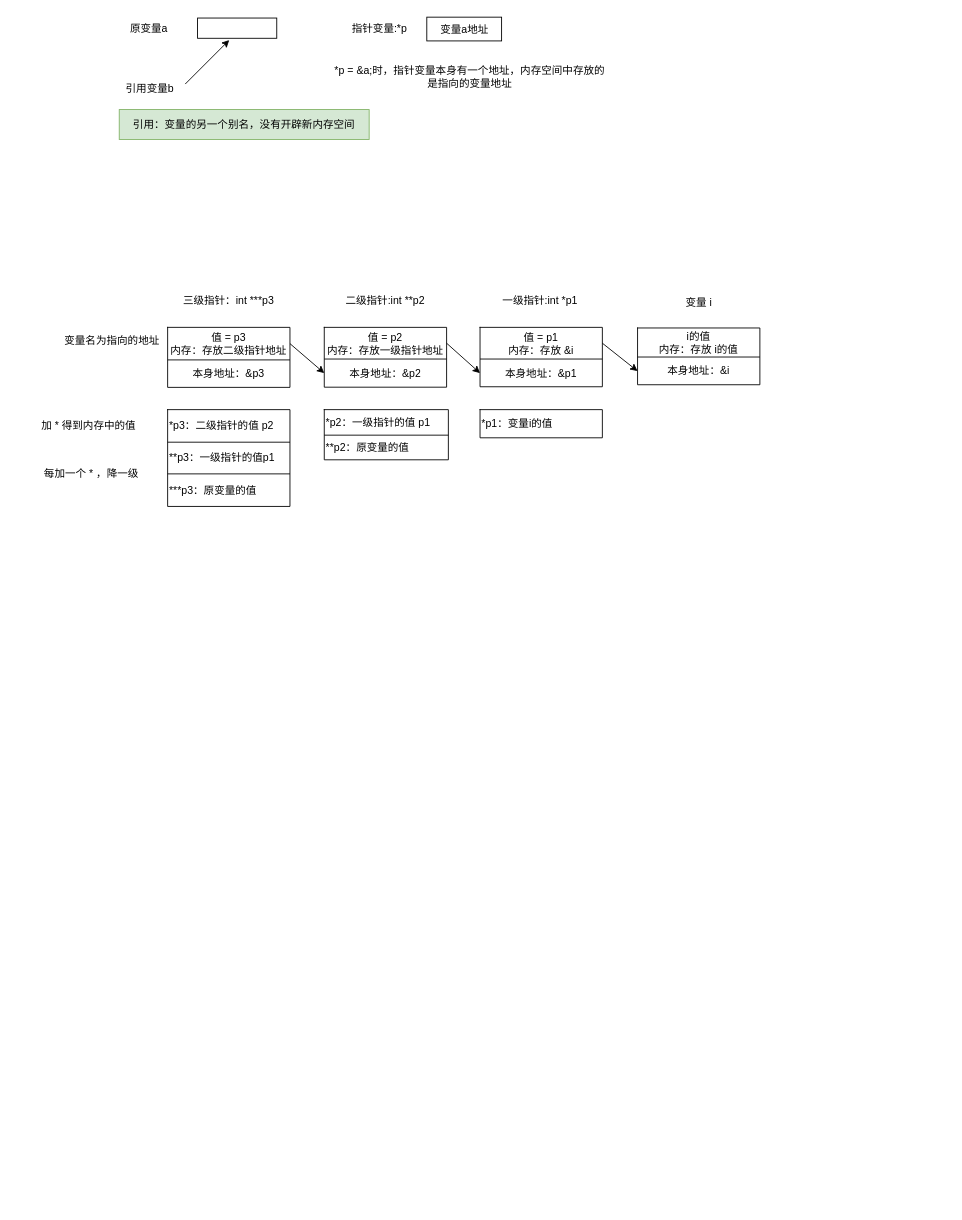
This is 未命名绘图.drawio from weibu01/a_drawio, a draw.io file, before an edit. Source tidied: cells renumbered, new cells numbered last; positions are measured from the earlier drawing's top-left corner, leaving out a move shared by most shapes. Both pictures are drawn from the tidied source at 88%, with x=0, y=0 at pixel (25, 14).
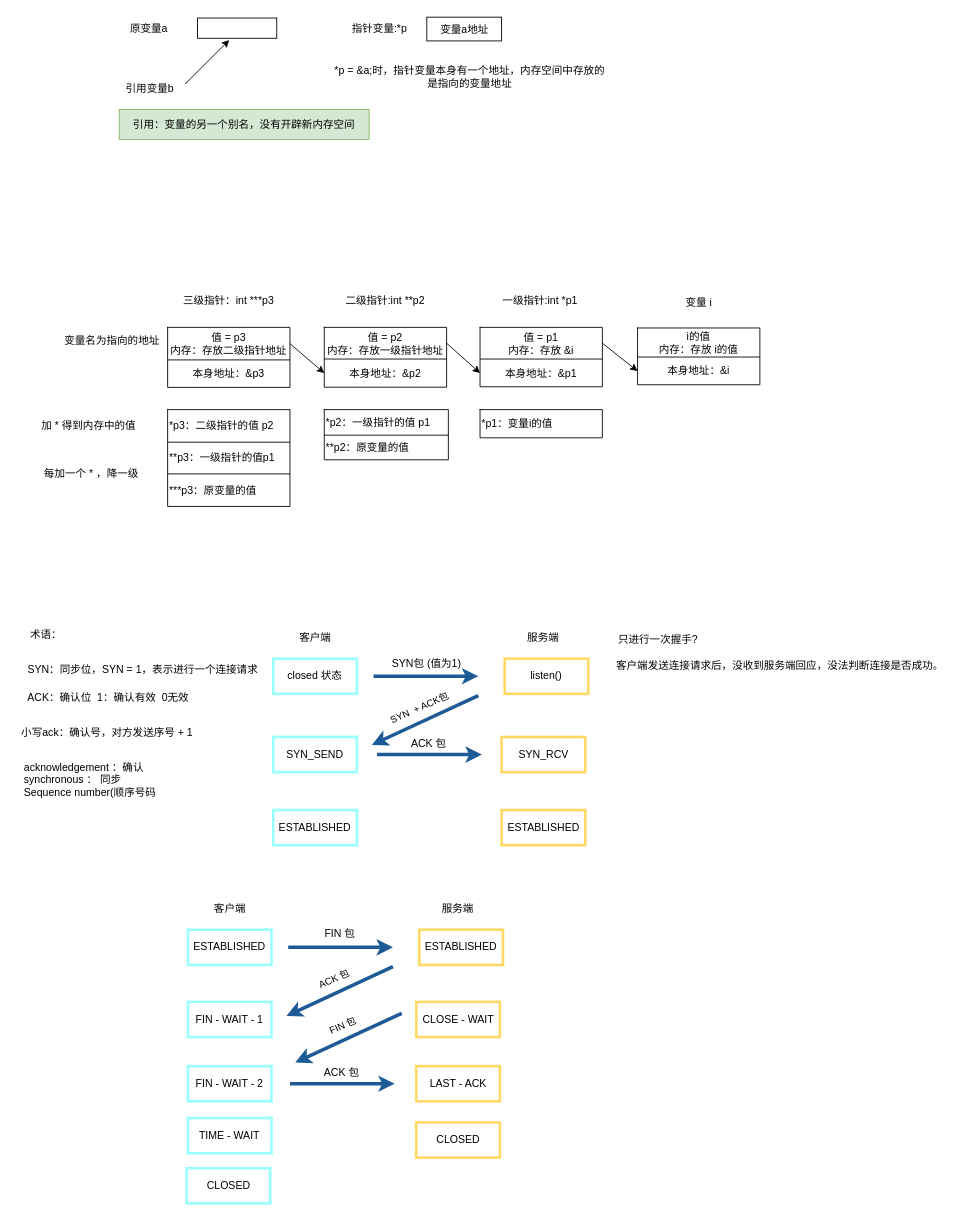
After the change.

The edit, as a diff of the source:
```diff
@@
+    <mxCell id="55" style="edgeStyle=orthogonalEdgeStyle;rounded=0;orthogonalLoop=1;jettySize=auto;html=1;strokeWidth=4;strokeColor=#1E5A96;" parent="1" edge="1">
+      <mxGeometry relative="1" as="geometry">
+        <mxPoint x="396" y="752" as="sourcePoint" />
+        <mxPoint x="515" y="752" as="targetPoint" />
+      </mxGeometry>
+    </mxCell>
+    <mxCell id="56" value="closed 状态" style="rounded=0;whiteSpace=wrap;html=1;strokeWidth=3;strokeColor=#99FFFF;" parent="1" vertex="1">
+      <mxGeometry x="282" y="732" width="95" height="40" as="geometry" />
+    </mxCell>
+    <mxCell id="57" value="客户端" style="text;html=1;strokeColor=none;fillColor=none;align=center;verticalAlign=middle;whiteSpace=wrap;rounded=0;" parent="1" vertex="1">
+      <mxGeometry x="299.5" y="693" width="60" height="30" as="geometry" />
+    </mxCell>
+    <mxCell id="58" value="服务端" style="text;html=1;strokeColor=none;fillColor=none;align=center;verticalAlign=middle;whiteSpace=wrap;rounded=0;" parent="1" vertex="1">
+      <mxGeometry x="559" y="693" width="60" height="30" as="geometry" />
+    </mxCell>
+    <mxCell id="59" value="listen()" style="rounded=0;whiteSpace=wrap;html=1;strokeWidth=3;strokeColor=#FFD966;" parent="1" vertex="1">
+      <mxGeometry x="545" y="732" width="95" height="40" as="geometry" />
+    </mxCell>
+    <mxCell id="60" value="SYN包 (值为1)" style="text;html=1;strokeColor=none;fillColor=none;align=center;verticalAlign=middle;whiteSpace=wrap;rounded=0;" parent="1" vertex="1">
+      <mxGeometry x="412" y="730" width="89" height="16" as="geometry" />
+    </mxCell>
+    <mxCell id="61" value="SYN_SEND" style="rounded=0;whiteSpace=wrap;html=1;strokeWidth=3;strokeColor=#99FFFF;" parent="1" vertex="1">
+      <mxGeometry x="282" y="821" width="95" height="40" as="geometry" />
+    </mxCell>
+    <mxCell id="62" value="ESTABLISHED" style="rounded=0;whiteSpace=wrap;html=1;strokeWidth=3;strokeColor=#99FFFF;" parent="1" vertex="1">
+      <mxGeometry x="282" y="904" width="95" height="40" as="geometry" />
+    </mxCell>
+    <mxCell id="63" value="SYN_RCV" style="rounded=0;whiteSpace=wrap;html=1;strokeWidth=3;strokeColor=#FFD966;" parent="1" vertex="1">
+      <mxGeometry x="541.5" y="821" width="95" height="40" as="geometry" />
+    </mxCell>
+    <mxCell id="64" value="ESTABLISHED" style="rounded=0;whiteSpace=wrap;html=1;strokeWidth=3;strokeColor=#FFD966;" parent="1" vertex="1">
+      <mxGeometry x="541.5" y="904" width="95" height="40" as="geometry" />
+    </mxCell>
+    <mxCell id="65" style="endArrow=none;html=1;rounded=0;startArrow=classic;startFill=1;endFill=0;strokeWidth=4;strokeColor=#1e5a96;" parent="1" edge="1">
+      <mxGeometry relative="1" as="geometry">
+        <mxPoint x="394" y="830" as="sourcePoint" />
+        <mxPoint x="515" y="774" as="targetPoint" />
+      </mxGeometry>
+    </mxCell>
+    <mxCell id="66" value="SYN&amp;nbsp; + ACK包" style="edgeLabel;html=1;align=center;verticalAlign=middle;rotation=336;" parent="65" vertex="1">
+      <mxGeometry relative="1" as="geometry">
+        <mxPoint x="-7" y="-14" as="offset" />
+      </mxGeometry>
+    </mxCell>
+    <mxCell id="67" style="edgeStyle=orthogonalEdgeStyle;rounded=0;orthogonalLoop=1;jettySize=auto;html=1;strokeWidth=4;strokeColor=#1E5A96;" parent="1" edge="1">
+      <mxGeometry relative="1" as="geometry">
+        <mxPoint x="400" y="841" as="sourcePoint" />
+        <mxPoint x="519" y="841" as="targetPoint" />
+      </mxGeometry>
+    </mxCell>
+    <mxCell id="68" value="ACK 包" style="text;html=1;strokeColor=none;fillColor=none;align=center;verticalAlign=middle;whiteSpace=wrap;rounded=0;" parent="1" vertex="1">
+      <mxGeometry x="434" y="821" width="50" height="16" as="geometry" />
+    </mxCell>
+    <mxCell id="69" style="edgeStyle=orthogonalEdgeStyle;rounded=0;orthogonalLoop=1;jettySize=auto;html=1;strokeWidth=4;strokeColor=#1E5A96;" parent="1" edge="1">
+      <mxGeometry relative="1" as="geometry">
+        <mxPoint x="299" y="1060" as="sourcePoint" />
+        <mxPoint x="418" y="1060" as="targetPoint" />
+      </mxGeometry>
+    </mxCell>
+    <mxCell id="70" value="ESTABLISHED" style="rounded=0;whiteSpace=wrap;html=1;strokeWidth=3;strokeColor=#99FFFF;" parent="1" vertex="1">
+      <mxGeometry x="185" y="1040" width="95" height="40" as="geometry" />
+    </mxCell>
+    <mxCell id="71" value="客户端" style="text;html=1;strokeColor=none;fillColor=none;align=center;verticalAlign=middle;whiteSpace=wrap;rounded=0;" parent="1" vertex="1">
+      <mxGeometry x="202.5" y="1001" width="60" height="30" as="geometry" />
+    </mxCell>
+    <mxCell id="72" value="服务端" style="text;html=1;strokeColor=none;fillColor=none;align=center;verticalAlign=middle;whiteSpace=wrap;rounded=0;" parent="1" vertex="1">
+      <mxGeometry x="462" y="1001" width="60" height="30" as="geometry" />
+    </mxCell>
+    <mxCell id="73" value="ESTABLISHED" style="rounded=0;whiteSpace=wrap;html=1;strokeWidth=3;strokeColor=#FFD966;" parent="1" vertex="1">
+      <mxGeometry x="448" y="1040" width="95" height="40" as="geometry" />
+    </mxCell>
+    <mxCell id="74" value="FIN 包" style="text;html=1;strokeColor=none;fillColor=none;align=center;verticalAlign=middle;whiteSpace=wrap;rounded=0;" parent="1" vertex="1">
+      <mxGeometry x="333" y="1037" width="50" height="16" as="geometry" />
+    </mxCell>
+    <mxCell id="75" value="FIN - WAIT - 1" style="rounded=0;whiteSpace=wrap;html=1;strokeWidth=3;strokeColor=#99FFFF;" parent="1" vertex="1">
+      <mxGeometry x="185" y="1122" width="95" height="40" as="geometry" />
+    </mxCell>
+    <mxCell id="76" value="FIN - WAIT - 2" style="rounded=0;whiteSpace=wrap;html=1;strokeWidth=3;strokeColor=#99FFFF;" parent="1" vertex="1">
+      <mxGeometry x="185" y="1195" width="95" height="40" as="geometry" />
+    </mxCell>
+    <mxCell id="77" value="CLOSE - WAIT" style="rounded=0;whiteSpace=wrap;html=1;strokeWidth=3;strokeColor=#FFD966;" parent="1" vertex="1">
+      <mxGeometry x="444.5" y="1122" width="95" height="40" as="geometry" />
+    </mxCell>
+    <mxCell id="78" value="LAST - ACK" style="rounded=0;whiteSpace=wrap;html=1;strokeWidth=3;strokeColor=#FFD966;" parent="1" vertex="1">
+      <mxGeometry x="444.5" y="1195" width="95" height="40" as="geometry" />
+    </mxCell>
+    <mxCell id="79" style="endArrow=none;html=1;rounded=0;startArrow=classic;startFill=1;endFill=0;strokeWidth=4;strokeColor=#1e5a96;" parent="1" edge="1">
+      <mxGeometry relative="1" as="geometry">
+        <mxPoint x="297" y="1138" as="sourcePoint" />
+        <mxPoint x="418" y="1082" as="targetPoint" />
+      </mxGeometry>
+    </mxCell>
+    <mxCell id="80" value="ACK 包" style="edgeLabel;html=1;align=center;verticalAlign=middle;rotation=336;" parent="79" vertex="1">
+      <mxGeometry relative="1" as="geometry">
+        <mxPoint x="-7" y="-14" as="offset" />
+      </mxGeometry>
+    </mxCell>
+    <mxCell id="81" style="edgeStyle=orthogonalEdgeStyle;rounded=0;orthogonalLoop=1;jettySize=auto;html=1;strokeWidth=4;strokeColor=#1E5A96;" parent="1" edge="1">
+      <mxGeometry relative="1" as="geometry">
+        <mxPoint x="301" y="1215" as="sourcePoint" />
+        <mxPoint x="420" y="1215" as="targetPoint" />
+      </mxGeometry>
+    </mxCell>
+    <mxCell id="82" value="ACK 包" style="text;html=1;strokeColor=none;fillColor=none;align=center;verticalAlign=middle;whiteSpace=wrap;rounded=0;" parent="1" vertex="1">
+      <mxGeometry x="335" y="1195" width="50" height="16" as="geometry" />
+    </mxCell>
+    <mxCell id="83" value="TIME - WAIT" style="rounded=0;whiteSpace=wrap;html=1;strokeWidth=3;strokeColor=#99FFFF;" parent="1" vertex="1">
+      <mxGeometry x="185" y="1254" width="95" height="40" as="geometry" />
+    </mxCell>
+    <mxCell id="84" value="CLOSED" style="rounded=0;whiteSpace=wrap;html=1;strokeWidth=3;strokeColor=#99FFFF;" parent="1" vertex="1">
+      <mxGeometry x="183.5" y="1311" width="95" height="40" as="geometry" />
+    </mxCell>
+    <mxCell id="85" value="CLOSED" style="rounded=0;whiteSpace=wrap;html=1;strokeWidth=3;strokeColor=#FFD966;" parent="1" vertex="1">
+      <mxGeometry x="444.5" y="1259" width="95" height="40" as="geometry" />
+    </mxCell>
+    <mxCell id="86" style="endArrow=none;html=1;rounded=0;startArrow=classic;startFill=1;endFill=0;strokeWidth=4;strokeColor=#1e5a96;" parent="1" edge="1">
+      <mxGeometry relative="1" as="geometry">
+        <mxPoint x="307" y="1191" as="sourcePoint" />
+        <mxPoint x="428" y="1135" as="targetPoint" />
+      </mxGeometry>
+    </mxCell>
+    <mxCell id="87" value="FIN 包" style="edgeLabel;html=1;align=center;verticalAlign=middle;rotation=336;" parent="86" vertex="1">
+      <mxGeometry relative="1" as="geometry">
+        <mxPoint x="-7" y="-14" as="offset" />
+      </mxGeometry>
+    </mxCell>
+    <mxCell id="88" value="术语：" style="text;html=1;strokeColor=none;fillColor=none;align=center;verticalAlign=middle;whiteSpace=wrap;rounded=0;" parent="1" vertex="1">
+      <mxGeometry x="-6" y="690" width="60" height="30" as="geometry" />
+    </mxCell>
+    <mxCell id="89" value="SYN：同步位，SYN = 1，表示进行一个连接请求" style="text;html=1;strokeColor=none;fillColor=none;align=center;verticalAlign=middle;whiteSpace=wrap;rounded=0;" parent="1" vertex="1">
+      <mxGeometry x="-11" y="732" width="290" height="26" as="geometry" />
+    </mxCell>
+    <mxCell id="90" value="ACK：确认位&amp;nbsp; 1：确认有效&amp;nbsp; 0无效" style="text;html=1;strokeColor=none;fillColor=none;align=left;verticalAlign=middle;whiteSpace=wrap;rounded=0;" parent="1" vertex="1">
+      <mxGeometry x="1" y="765" width="221" height="23" as="geometry" />
+    </mxCell>
+    <mxCell id="91" value="小写ack：确认号，对方发送序号 + 1" style="text;html=1;strokeColor=none;fillColor=none;align=left;verticalAlign=middle;whiteSpace=wrap;rounded=0;" parent="1" vertex="1">
+      <mxGeometry x="-6" y="803" width="230" height="25" as="geometry" />
+    </mxCell>
+    <mxCell id="92" value="acknowledgement ：确认&lt;br&gt;synchronous ： 同步&lt;br&gt;Sequence number(顺序号码" style="text;html=1;strokeColor=none;fillColor=none;align=left;verticalAlign=middle;whiteSpace=wrap;rounded=0;" parent="1" vertex="1">
+      <mxGeometry x="-3" y="846" width="189" height="47" as="geometry" />
+    </mxCell>
+    <mxCell id="93" value="只进行一次握手?" style="text;html=1;strokeColor=none;fillColor=none;align=center;verticalAlign=middle;whiteSpace=wrap;rounded=0;" parent="1" vertex="1">
+      <mxGeometry x="664.5" y="699" width="108.5" height="24" as="geometry" />
+    </mxCell>
+    <mxCell id="94" value="客户端发送连接请求后，没收到服务端回应，没法判断连接是否成功。" style="text;html=1;strokeColor=none;fillColor=none;align=center;verticalAlign=middle;whiteSpace=wrap;rounded=0;" parent="1" vertex="1">
+      <mxGeometry x="668" y="723" width="380" height="34" as="geometry" />
+    </mxCell>
```
